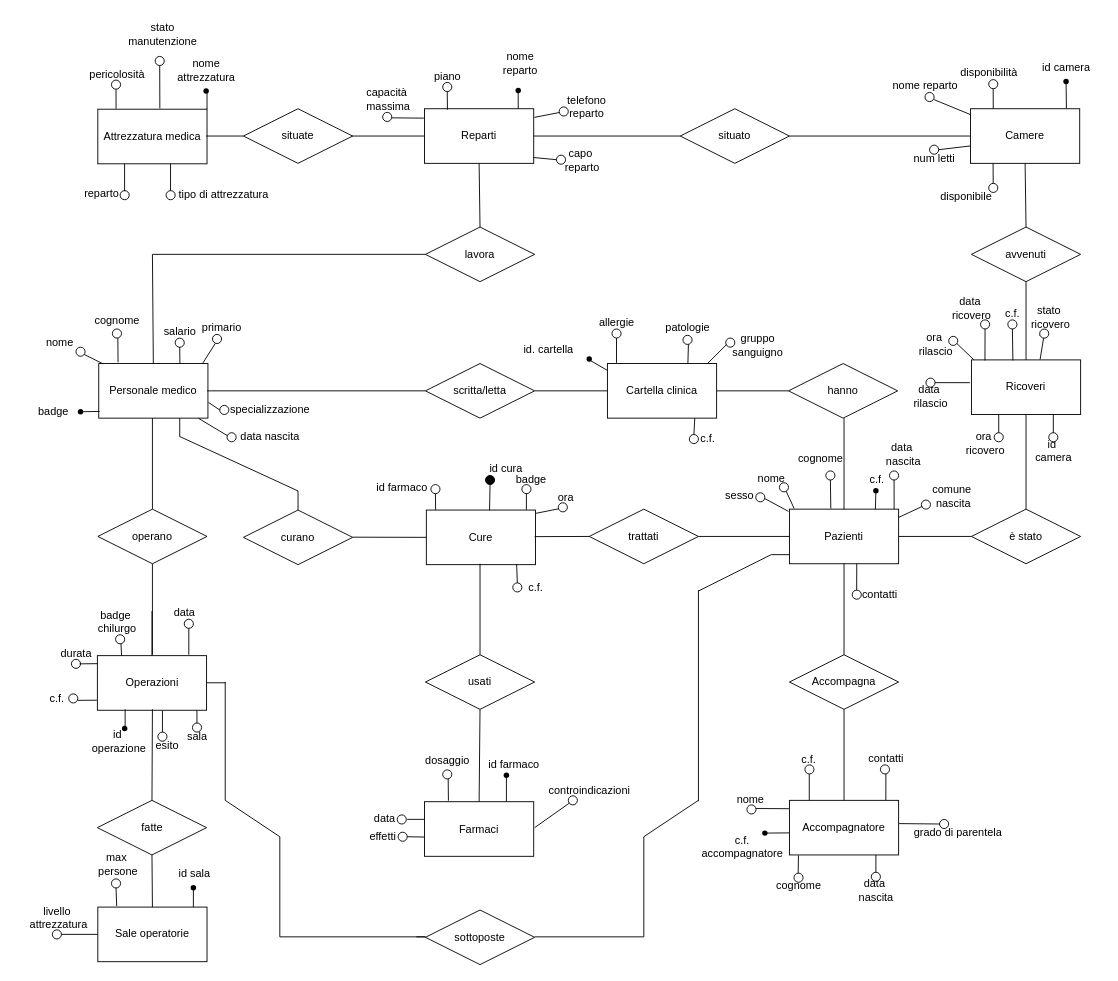
The draw.io diagram ER-logica2.drawio in MicheleDioli/UniPD-database-project-2024, before the edit. Source tidied: cells renumbered, new cells numbered last; positions are measured from the earlier drawing's top-left corner, leaving out a move shared by most shapes. Both pictures are drawn from the tidied source at 91%, with x=0, y=0 at pixel (15, 15).
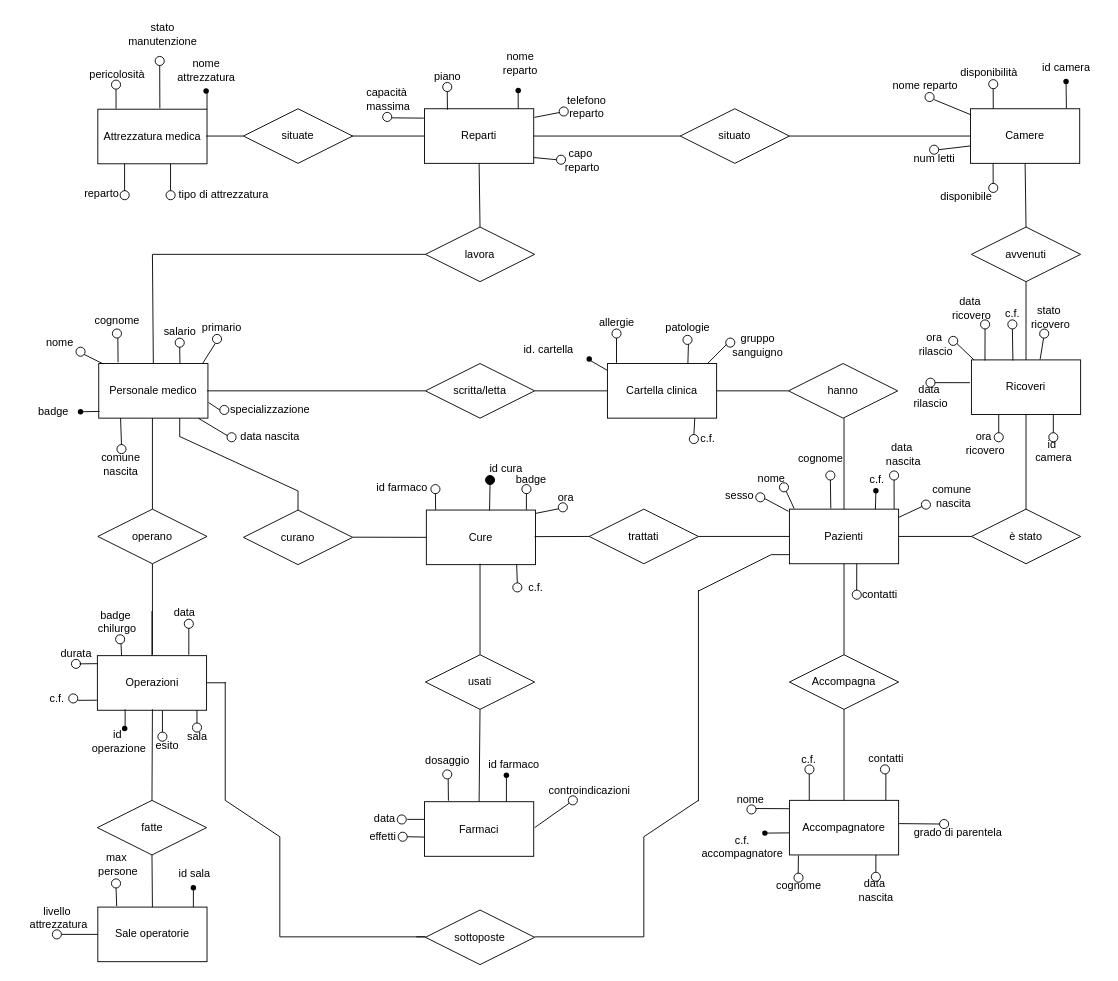
The same diagram, later.

Diff of the diagram source:
```diff
@@
+    <mxCell id="279" value="comune&lt;div&gt;nascita&lt;/div&gt;" style="text;html=1;align=center;verticalAlign=middle;strokeColor=none;fillColor=none;" parent="1" vertex="1">
+      <mxGeometry x="79.5" y="473" width="70" height="40" as="geometry" />
+    </mxCell>
+    <mxCell id="280" style="ellipse;whiteSpace=wrap;html=1;" parent="1" vertex="1">
+      <mxGeometry x="111" y="471" width="10" height="10" as="geometry" />
+    </mxCell>
+    <mxCell id="281" style="endArrow=none;html=1;exitX=0.5;exitY=0;exitDx=0;exitDy=0;" parent="1" edge="1" source="280">
+      <mxGeometry relative="1" as="geometry">
+        <mxPoint x="115" y="442" as="targetPoint" />
+      </mxGeometry>
+    </mxCell>
```
